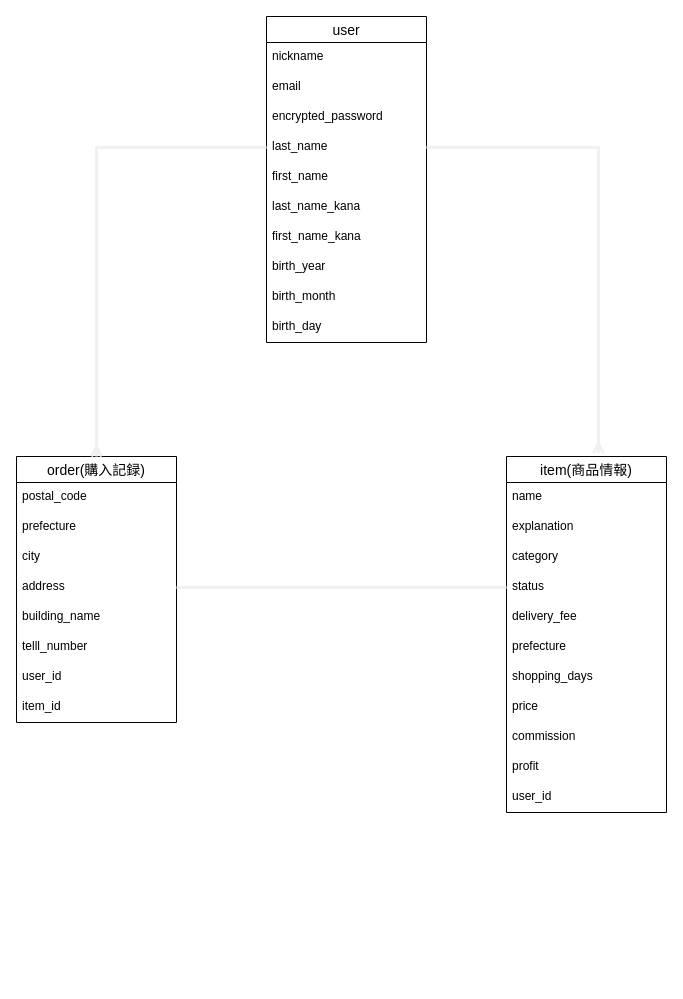
Above: .dio in JinOkazaki/furima-36885 (draw.io), before the change. Source tidied: cells renumbered, new cells numbered last; positions are measured from the earlier drawing's top-left corner, leaving out a move shared by most shapes. Both pictures are drawn from the tidied source at 100%, with x=0, y=0 at pixel (16, 16).
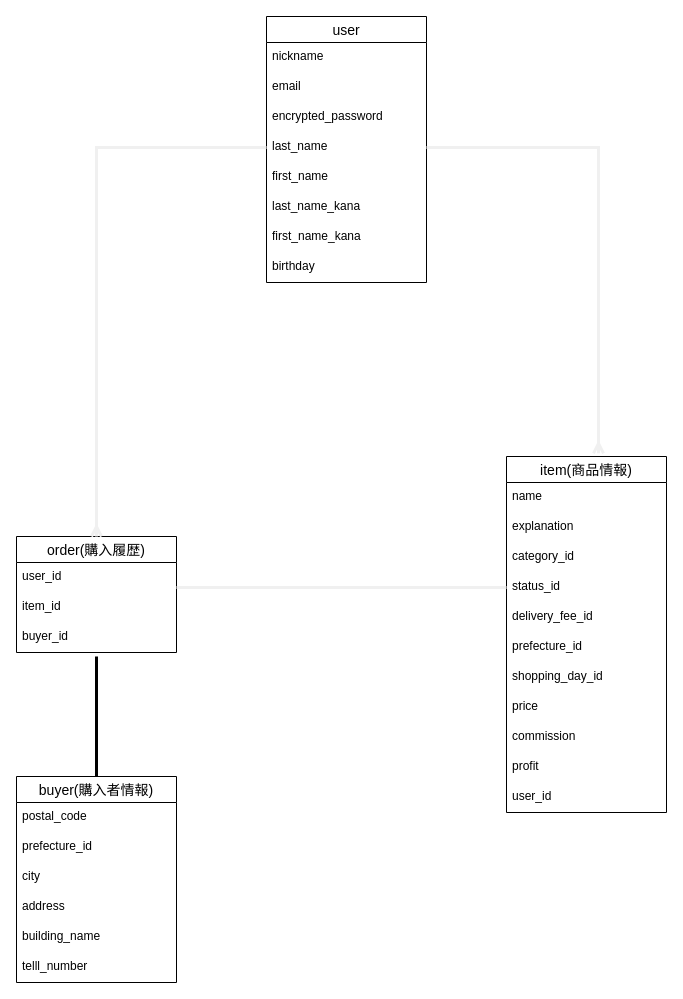
The same diagram, later.

Commit message (it also covers changes not shown here):
データベース設計修正

Unchanged cells that the change refers to:
```xml
<mxCell id="24" value="item(商品情報)" style="swimlane;fontStyle=0;horizontal=1;startSize=26;align=center;fontSize=14;" parent="1" vertex="1">
  <mxGeometry x="490" y="440" width="160" height="356" as="geometry" />
</mxCell>
```

Change to the diagram source:
```diff
@@
     <mxCell id="4" value="user" style="swimlane;fontStyle=0;horizontal=1;startSize=26;align=center;fontSize=14;" parent="1" vertex="1">
-      <mxGeometry x="250" width="160" height="326" as="geometry" />
+      <mxGeometry x="250" width="160" height="266" as="geometry" />
     </mxCell>
@@
-    <mxCell id="12" value="birth_year" style="text;strokeColor=none;fillColor=none;spacingLeft=4;spacingRight=4;overflow=hidden;fontSize=12;" parent="4" vertex="1">
+    <mxCell id="12" value="birthday" style="text;strokeColor=none;fillColor=none;spacingLeft=4;spacingRight=4;overflow=hidden;fontSize=12;" parent="4" vertex="1">
       <mxGeometry y="236" width="160" height="30" as="geometry" />
     </mxCell>
-    <mxCell id="13" value="birth_month" style="text;strokeColor=none;fillColor=none;spacingLeft=4;spacingRight=4;overflow=hidden;fontSize=12;" parent="4" vertex="1">
-      <mxGeometry y="266" width="160" height="30" as="geometry" />
-    </mxCell>
-    <mxCell id="14" value="birth_day" style="text;strokeColor=none;fillColor=none;spacingLeft=4;spacingRight=4;overflow=hidden;fontSize=12;" parent="4" vertex="1">
-      <mxGeometry y="296" width="160" height="30" as="geometry" />
-    </mxCell>
-    <mxCell id="15" value="order(購入記録)" style="swimlane;fontStyle=0;horizontal=1;startSize=26;align=center;fontSize=14;" parent="1" vertex="1">
-      <mxGeometry y="440" width="160" height="266" as="geometry" />
+    <mxCell id="15" value="order(購入履歴)" style="swimlane;fontStyle=0;horizontal=1;startSize=26;align=center;fontSize=14;" parent="1" vertex="1">
+      <mxGeometry y="520" width="160" height="116" as="geometry" />
     </mxCell>
-    <mxCell id="16" value="postal_code" style="text;strokeColor=none;fillColor=none;spacingLeft=4;spacingRight=4;overflow=hidden;fontSize=12;" parent="15" vertex="1">
-      <mxGeometry y="26" width="160" height="30" as="geometry" />
-    </mxCell>
-    <mxCell id="17" value="prefecture" style="text;strokeColor=none;fillColor=none;spacingLeft=4;spacingRight=4;overflow=hidden;fontSize=12;" parent="15" vertex="1">
-      <mxGeometry y="56" width="160" height="30" as="geometry" />
-    </mxCell>
-    <mxCell id="18" value="city" style="text;strokeColor=none;fillColor=none;spacingLeft=4;spacingRight=4;overflow=hidden;fontSize=12;" parent="15" vertex="1">
-      <mxGeometry y="86" width="160" height="30" as="geometry" />
-    </mxCell>
-    <mxCell id="19" value="address" style="text;strokeColor=none;fillColor=none;spacingLeft=4;spacingRight=4;overflow=hidden;points=[[0,0.5],[1,0.5]];portConstraint=eastwest;fontSize=12;" parent="15" vertex="1">
-      <mxGeometry y="116" width="160" height="30" as="geometry" />
-    </mxCell>
-    <mxCell id="20" value="building_name" style="text;strokeColor=none;fillColor=none;spacingLeft=4;spacingRight=4;overflow=hidden;fontSize=12;" parent="15" vertex="1">
-      <mxGeometry y="146" width="160" height="30" as="geometry" />
-    </mxCell>
-    <mxCell id="21" value="telll_number" style="text;strokeColor=none;fillColor=none;spacingLeft=4;spacingRight=4;overflow=hidden;fontSize=12;" parent="15" vertex="1">
-      <mxGeometry y="176" width="160" height="30" as="geometry" />
-    </mxCell>
     <mxCell id="22" value="user_id" style="text;strokeColor=none;fillColor=none;spacingLeft=4;spacingRight=4;overflow=hidden;fontSize=12;" parent="15" vertex="1">
-      <mxGeometry y="206" width="160" height="30" as="geometry" />
+      <mxGeometry y="26" width="160" height="30" as="geometry" />
     </mxCell>
     <mxCell id="23" value="item_id" style="text;strokeColor=none;fillColor=none;spacingLeft=4;spacingRight=4;overflow=hidden;fontSize=12;" parent="15" vertex="1">
-      <mxGeometry y="236" width="160" height="30" as="geometry" />
+      <mxGeometry y="56" width="160" height="30" as="geometry" />
     </mxCell>
+    <mxCell id="39" value="buyer_id" style="text;strokeColor=none;fillColor=none;spacingLeft=4;spacingRight=4;overflow=hidden;fontSize=12;" parent="15" vertex="1">
+      <mxGeometry y="86" width="160" height="30" as="geometry" />
+    </mxCell>
@@
-    <mxCell id="27" value="category" style="text;strokeColor=none;fillColor=none;spacingLeft=4;spacingRight=4;overflow=hidden;fontSize=12;" parent="24" vertex="1">
+    <mxCell id="27" value="category_id" style="text;strokeColor=none;fillColor=none;spacingLeft=4;spacingRight=4;overflow=hidden;fontSize=12;" parent="24" vertex="1">
       <mxGeometry y="86" width="160" height="30" as="geometry" />
     </mxCell>
-    <mxCell id="28" value="status" style="text;strokeColor=none;fillColor=none;spacingLeft=4;spacingRight=4;overflow=hidden;points=[[0,0.5],[1,0.5]];portConstraint=eastwest;fontSize=12;" parent="24" vertex="1">
+    <mxCell id="28" value="status_id" style="text;strokeColor=none;fillColor=none;spacingLeft=4;spacingRight=4;overflow=hidden;points=[[0,0.5],[1,0.5]];portConstraint=eastwest;fontSize=12;" parent="24" vertex="1">
       <mxGeometry y="116" width="160" height="30" as="geometry" />
     </mxCell>
-    <mxCell id="29" value="delivery_fee" style="text;strokeColor=none;fillColor=none;spacingLeft=4;spacingRight=4;overflow=hidden;fontSize=12;" parent="24" vertex="1">
+    <mxCell id="29" value="delivery_fee_id" style="text;strokeColor=none;fillColor=none;spacingLeft=4;spacingRight=4;overflow=hidden;fontSize=12;" parent="24" vertex="1">
       <mxGeometry y="146" width="160" height="30" as="geometry" />
     </mxCell>
-    <mxCell id="30" value="prefecture" style="text;strokeColor=none;fillColor=none;spacingLeft=4;spacingRight=4;overflow=hidden;fontSize=12;" parent="24" vertex="1">
+    <mxCell id="30" value="prefecture_id" style="text;strokeColor=none;fillColor=none;spacingLeft=4;spacingRight=4;overflow=hidden;fontSize=12;" parent="24" vertex="1">
       <mxGeometry y="176" width="160" height="30" as="geometry" />
     </mxCell>
-    <mxCell id="31" value="shopping_days" style="text;strokeColor=none;fillColor=none;spacingLeft=4;spacingRight=4;overflow=hidden;fontSize=12;" parent="24" vertex="1">
+    <mxCell id="31" value="shopping_day_id" style="text;strokeColor=none;fillColor=none;spacingLeft=4;spacingRight=4;overflow=hidden;fontSize=12;" parent="24" vertex="1">
       <mxGeometry y="206" width="160" height="30" as="geometry" />
     </mxCell>
@@
-    <mxCell id="38" style="edgeStyle=orthogonalEdgeStyle;rounded=0;jettySize=auto;html=1;exitX=1;exitY=0.5;exitDx=0;exitDy=0;entryX=0;entryY=0.5;entryDx=0;entryDy=0;startArrow=none;startFill=0;endArrow=none;endFill=0;strokeColor=#f0f0f0;strokeWidth=3;" parent="1" edge="1" source="19" target="28">
-      <mxGeometry relative="1" as="geometry" />
+    <mxCell id="38" style="edgeStyle=orthogonalEdgeStyle;rounded=0;jettySize=auto;html=1;exitX=1;exitY=0.5;exitDx=0;exitDy=0;entryX=0;entryY=0.5;entryDx=0;entryDy=0;startArrow=none;startFill=0;endArrow=none;endFill=0;strokeColor=#f0f0f0;strokeWidth=3;" parent="1" edge="1" target="28">
+      <mxGeometry relative="1" as="geometry">
+        <mxPoint x="160" y="571" as="sourcePoint" />
+        <Array as="points">
+          <mxPoint x="170" y="571" />
+          <mxPoint x="170" y="571" />
+        </Array>
+      </mxGeometry>
     </mxCell>
+    <mxCell id="40" style="edgeStyle=orthogonalEdgeStyle;rounded=0;jettySize=auto;html=1;exitX=0.5;exitY=0;exitDx=0;exitDy=0;endArrow=none;endFill=0;strokeWidth=3;" parent="1" edge="1" source="41">
+      <mxGeometry relative="1" as="geometry">
+        <mxPoint x="80" y="640" as="targetPoint" />
+      </mxGeometry>
+    </mxCell>
+    <mxCell id="41" value="buyer(購入者情報)" style="swimlane;fontStyle=0;horizontal=1;startSize=26;align=center;fontSize=14;" parent="1" vertex="1">
+      <mxGeometry y="760" width="160" height="206" as="geometry" />
+    </mxCell>
+    <mxCell id="16" value="postal_code" style="text;strokeColor=none;fillColor=none;spacingLeft=4;spacingRight=4;overflow=hidden;fontSize=12;" parent="41" vertex="1">
+      <mxGeometry y="26" width="160" height="30" as="geometry" />
+    </mxCell>
+    <mxCell id="42" value="prefecture_id" style="text;strokeColor=none;fillColor=none;spacingLeft=4;spacingRight=4;overflow=hidden;fontSize=12;" parent="41" vertex="1">
+      <mxGeometry y="56" width="160" height="30" as="geometry" />
+    </mxCell>
+    <mxCell id="18" value="city" style="text;strokeColor=none;fillColor=none;spacingLeft=4;spacingRight=4;overflow=hidden;fontSize=12;" parent="41" vertex="1">
+      <mxGeometry y="86" width="160" height="30" as="geometry" />
+    </mxCell>
+    <mxCell id="19" value="address" style="text;strokeColor=none;fillColor=none;spacingLeft=4;spacingRight=4;overflow=hidden;points=[[0,0.5],[1,0.5]];portConstraint=eastwest;fontSize=12;" parent="41" vertex="1">
+      <mxGeometry y="116" width="160" height="30" as="geometry" />
+    </mxCell>
+    <mxCell id="20" value="building_name" style="text;strokeColor=none;fillColor=none;spacingLeft=4;spacingRight=4;overflow=hidden;fontSize=12;" parent="41" vertex="1">
+      <mxGeometry y="146" width="160" height="30" as="geometry" />
+    </mxCell>
+    <mxCell id="21" value="telll_number" style="text;strokeColor=none;fillColor=none;spacingLeft=4;spacingRight=4;overflow=hidden;fontSize=12;" parent="41" vertex="1">
+      <mxGeometry y="176" width="160" height="30" as="geometry" />
+    </mxCell>
```
